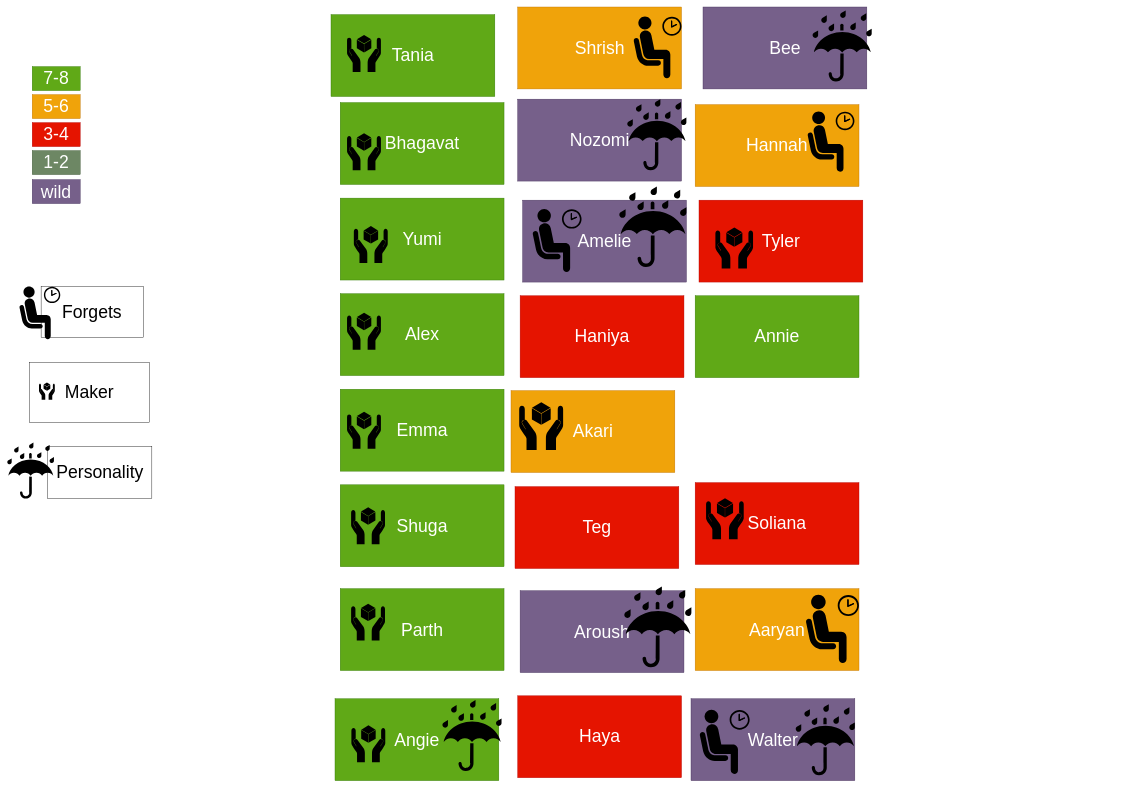
Earlier version of the draw.io diagram g9 groups.drawio (schmooza/drawIOPlans). Source tidied: cells renumbered, new cells numbered last; positions are measured from the earlier drawing's top-left corner, leaving out a move shared by most shapes. Both pictures are drawn from the tidied source at 40%, with x=0, y=0 at pixel (7, 7).
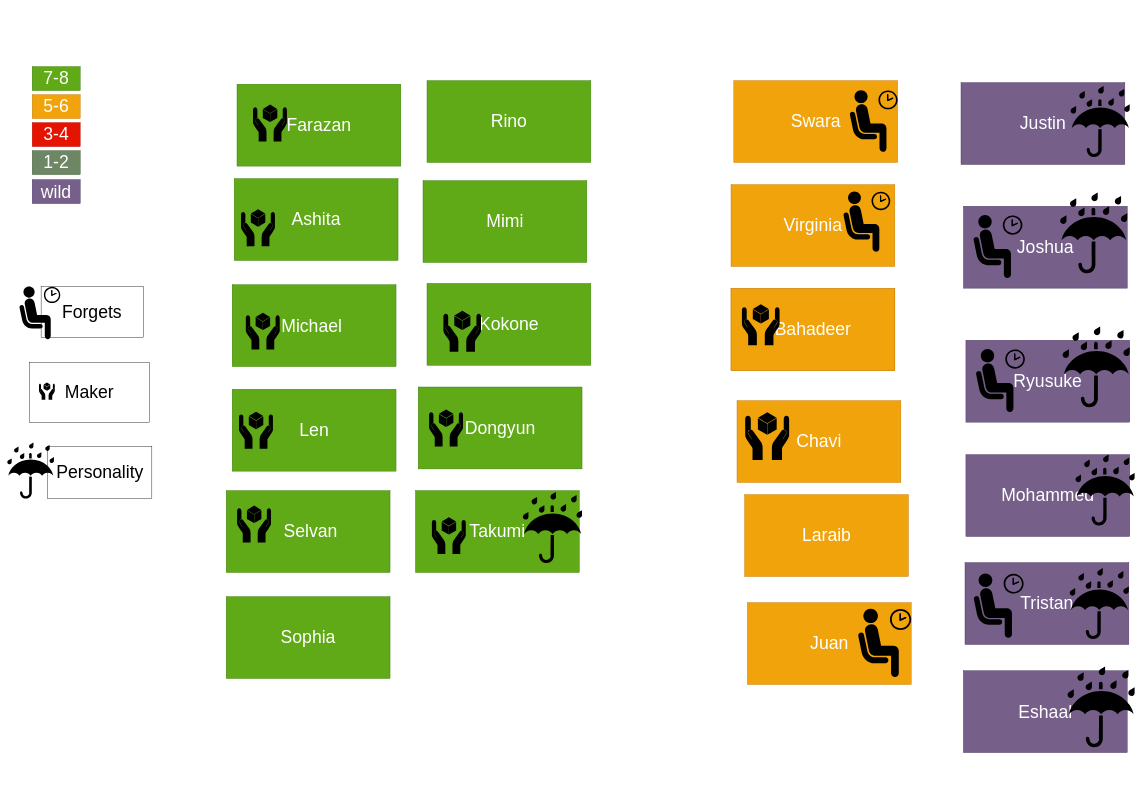
After the change.

Change to the diagram source:
```diff
@@
-    <mxCell id="16" value="Haya" style="rounded=0;whiteSpace=wrap;html=1;fillColor=#e51400;strokeColor=#B20000;fontColor=#ffffff;fontSize=44;" parent="1" vertex="1">
-      <mxGeometry x="1276.7" y="1722" width="409.6" height="204.8" as="geometry" />
+    <mxCell id="16" value="Rino" style="rounded=0;whiteSpace=wrap;html=1;fillColor=#60a917;strokeColor=#2D7600;fontColor=#ffffff;fontSize=44;" parent="1" vertex="1">
+      <mxGeometry x="1050" y="184" width="409.6" height="204.8" as="geometry" />
     </mxCell>
-    <mxCell id="17" value="Haniya" style="rounded=0;whiteSpace=wrap;html=1;fillColor=#e51400;strokeColor=#B20000;fontColor=#ffffff;fontSize=44;" parent="1" vertex="1">
-      <mxGeometry x="1282.8" y="721.8" width="409.6" height="204.8" as="geometry" />
-    </mxCell>
-    <mxCell id="18" value="Annie" style="rounded=0;whiteSpace=wrap;html=1;fillColor=#60a917;strokeColor=#2D7600;fontColor=#ffffff;fontSize=44;" parent="1" vertex="1">
-      <mxGeometry x="1720.4" y="721.8" width="409.6" height="204.8" as="geometry" />
+    <mxCell id="18" value="Mimi" style="rounded=0;whiteSpace=wrap;html=1;fillColor=#60a917;strokeColor=#2D7600;fontColor=#ffffff;fontSize=44;" parent="1" vertex="1">
+      <mxGeometry x="1040" y="434" width="409.6" height="204.8" as="geometry" />
     </mxCell>
-    <mxCell id="19" value="Teg" style="rounded=0;whiteSpace=wrap;html=1;fillColor=#e51400;strokeColor=#B20000;fontColor=#ffffff;fontSize=44;" parent="1" vertex="1">
-      <mxGeometry x="1270" y="1199" width="409.6" height="204.8" as="geometry" />
+    <mxCell id="19" value="Laraib" style="rounded=0;whiteSpace=wrap;html=1;fillColor=#f0a30a;strokeColor=#BD7000;fontColor=#ffffff;fontSize=44;" parent="1" vertex="1">
+      <mxGeometry x="1844" y="1219" width="409.6" height="204.8" as="geometry" />
     </mxCell>
     <mxCell id="20" style="group;fontSize=44;" parent="1" vertex="1">
-      <mxGeometry x="1710" y="1729.3" width="409.6" height="204.8" as="geometry" />
+      <mxGeometry x="2395" y="1389" width="409.6" height="204.8" as="geometry" />
     </mxCell>
-    <mxCell id="21" value="Walter" style="rounded=0;whiteSpace=wrap;html=1;fillColor=#76608a;strokeColor=#432D57;fontColor=#ffffff;fontSize=44;" parent="20" vertex="1">
+    <mxCell id="21" value="Tristan" style="rounded=0;whiteSpace=wrap;html=1;fillColor=#76608a;strokeColor=#432D57;fontColor=#ffffff;fontSize=44;" parent="20" vertex="1">
       <mxGeometry width="409.6" height="204.8" as="geometry" />
     </mxCell>
@@
     <mxCell id="25" style="group;fontSize=44;" parent="1" vertex="1">
-      <mxGeometry x="1276.7" y="230.4" width="421.8" height="204.8" as="geometry" />
+      <mxGeometry x="2397.3" y="1119" width="421.8" height="204.8" as="geometry" />
     </mxCell>
-    <mxCell id="26" value="Nozomi" style="rounded=0;whiteSpace=wrap;html=1;fillColor=#76608a;strokeColor=#432D57;fontColor=#ffffff;fontSize=44;" parent="25" vertex="1">
+    <mxCell id="26" value="Mohammed" style="rounded=0;whiteSpace=wrap;html=1;fillColor=#76608a;strokeColor=#432D57;fontColor=#ffffff;fontSize=44;" parent="25" vertex="1">
       <mxGeometry width="409.6" height="204.8" as="geometry" />
     </mxCell>
@@
     <mxCell id="28" style="group;fontSize=44;" parent="1" vertex="1">
-      <mxGeometry x="1740" width="421.8" height="204.8" as="geometry" />
+      <mxGeometry x="2385" y="189" width="421.8" height="204.8" as="geometry" />
     </mxCell>
-    <mxCell id="29" value="Bee" style="rounded=0;whiteSpace=wrap;html=1;fillColor=#76608a;strokeColor=#432D57;fontColor=#ffffff;fontSize=44;" parent="28" vertex="1">
+    <mxCell id="29" value="Justin" style="rounded=0;whiteSpace=wrap;html=1;fillColor=#76608a;strokeColor=#432D57;fontColor=#ffffff;fontSize=44;" parent="28" vertex="1">
       <mxGeometry width="409.6" height="204.8" as="geometry" />
     </mxCell>
@@
     <mxCell id="31" style="group;fontSize=44;" parent="1" vertex="1">
-      <mxGeometry x="1289" y="448.8" width="409.6" height="238.9" as="geometry" />
+      <mxGeometry x="2397.3" y="799" width="409.6" height="238.9" as="geometry" />
     </mxCell>
-    <mxCell id="32" value="Amelie" style="rounded=0;whiteSpace=wrap;html=1;fillColor=#76608a;strokeColor=#432D57;fontColor=#ffffff;fontSize=44;" parent="31" vertex="1">
+    <mxCell id="32" value="Ryusuke" style="rounded=0;whiteSpace=wrap;html=1;fillColor=#76608a;strokeColor=#432D57;fontColor=#ffffff;fontSize=44;" parent="31" vertex="1">
       <mxGeometry y="34.1" width="409.6" height="204.8" as="geometry" />
     </mxCell>
@@
     <mxCell id="36" style="group;fontSize=44;" parent="1" vertex="1">
-      <mxGeometry x="1282.8" y="1449" width="428.2" height="215" as="geometry" />
+      <mxGeometry x="2390.9" y="1649" width="428.2" height="215" as="geometry" />
     </mxCell>
-    <mxCell id="37" value="Aroush" style="rounded=0;whiteSpace=wrap;html=1;fillColor=#76608a;strokeColor=#432D57;fontColor=#ffffff;fontSize=44;" parent="36" vertex="1">
+    <mxCell id="37" value="Eshaal" style="rounded=0;whiteSpace=wrap;html=1;fillColor=#76608a;strokeColor=#432D57;fontColor=#ffffff;fontSize=44;" parent="36" vertex="1">
       <mxGeometry y="10.2" width="409.6" height="204.8" as="geometry" />
     </mxCell>
@@
     <mxCell id="39" style="group;fontSize=44;" parent="1" vertex="1">
-      <mxGeometry x="1720.4" y="244" width="409.6" height="204.8" as="geometry" />
+      <mxGeometry x="1810" y="444" width="409.6" height="204.8" as="geometry" />
     </mxCell>
-    <mxCell id="40" value="Hannah" style="rounded=0;whiteSpace=wrap;html=1;fillColor=#f0a30a;strokeColor=#BD7000;fontColor=#ffffff;fontSize=44;" parent="39" vertex="1">
+    <mxCell id="40" value="Virginia" style="rounded=0;whiteSpace=wrap;html=1;fillColor=#f0a30a;strokeColor=#BD7000;fontColor=#ffffff;fontSize=44;" parent="39" vertex="1">
       <mxGeometry width="409.6" height="204.8" as="geometry" />
     </mxCell>
@@
     <mxCell id="42" style="group;fontSize=44;" parent="1" vertex="1">
-      <mxGeometry x="1720.4" y="1454.1" width="409.6" height="204.8" as="geometry" />
+      <mxGeometry x="1851" y="1489" width="409.6" height="204.8" as="geometry" />
     </mxCell>
-    <mxCell id="43" value="Aaryan" style="rounded=0;whiteSpace=wrap;html=1;fillColor=#f0a30a;strokeColor=#BD7000;fontColor=#ffffff;fontSize=44;" parent="42" vertex="1">
+    <mxCell id="43" value="Juan" style="rounded=0;whiteSpace=wrap;html=1;fillColor=#f0a30a;strokeColor=#BD7000;fontColor=#ffffff;fontSize=44;" parent="42" vertex="1">
       <mxGeometry width="409.6" height="204.8" as="geometry" />
     </mxCell>
@@
     <mxCell id="45" style="group;fontSize=44;" parent="1" vertex="1">
-      <mxGeometry x="1276.7" width="409.6" height="204.8" as="geometry" />
+      <mxGeometry x="1817" y="184" width="409.6" height="204.8" as="geometry" />
     </mxCell>
-    <mxCell id="46" value="Shrish" style="rounded=0;whiteSpace=wrap;html=1;fillColor=#f0a30a;strokeColor=#BD7000;fontColor=#ffffff;fontSize=44;" parent="45" vertex="1">
+    <mxCell id="46" value="Swara" style="rounded=0;whiteSpace=wrap;html=1;fillColor=#f0a30a;strokeColor=#BD7000;fontColor=#ffffff;fontSize=44;" parent="45" vertex="1">
       <mxGeometry width="409.6" height="204.8" as="geometry" />
     </mxCell>
@@
     <mxCell id="48" style="group;fontSize=44;" parent="1" vertex="1">
-      <mxGeometry x="833" y="1454.1" width="409.6" height="204.8" as="geometry" />
+      <mxGeometry x="548" y="1209" width="409.6" height="204.8" as="geometry" />
     </mxCell>
-    <mxCell id="49" value="Parth" style="rounded=0;whiteSpace=wrap;html=1;fillColor=#60a917;strokeColor=#2D7600;fontColor=#ffffff;fontSize=44;" parent="48" vertex="1">
+    <mxCell id="49" value="&amp;nbsp;Selvan" style="rounded=0;whiteSpace=wrap;html=1;fillColor=#60a917;strokeColor=#2D7600;fontColor=#ffffff;fontSize=44;" parent="48" vertex="1">
       <mxGeometry width="409.6" height="204.8" as="geometry" />
     </mxCell>
@@
-    <mxCell id="51" style="group;fontSize=44;" parent="1" vertex="1">
-      <mxGeometry x="1720.4" y="1189" width="409.6" height="204.8" as="geometry" />
-    </mxCell>
-    <mxCell id="52" value="Soliana" style="rounded=0;whiteSpace=wrap;html=1;fillColor=#e51400;strokeColor=#B20000;fontColor=#ffffff;fontSize=44;" parent="51" vertex="1">
-      <mxGeometry width="409.6" height="204.8" as="geometry" />
-    </mxCell>
-    <mxCell id="53" style="shape=mxgraph.signs.safety.handle_with_care;html=1;fillColor=#000000;strokeColor=none;verticalLabelPosition=bottom;verticalAlign=top;align=center;fontSize=44;" parent="51" vertex="1">
-      <mxGeometry x="27.3" y="39.2" width="94.1" height="102.4" as="geometry" />
-    </mxCell>
-    <mxCell id="54" style="group;fontSize=44;" parent="1" vertex="1">
-      <mxGeometry x="1730" y="482.9" width="409.6" height="204.8" as="geometry" />
-    </mxCell>
-    <mxCell id="55" value="Tyler" style="rounded=0;whiteSpace=wrap;html=1;fillColor=#e51400;strokeColor=#B20000;fontColor=#ffffff;fontSize=44;" parent="54" vertex="1">
-      <mxGeometry width="409.6" height="204.8" as="geometry" />
-    </mxCell>
-    <mxCell id="56" style="shape=mxgraph.signs.safety.handle_with_care;html=1;fillColor=#000000;strokeColor=none;verticalLabelPosition=bottom;verticalAlign=top;align=center;fontSize=44;" parent="54" vertex="1">
-      <mxGeometry x="41" y="68.3" width="94.1" height="102.4" as="geometry" />
-    </mxCell>
     <mxCell id="57" style="group;fontSize=44;" parent="1" vertex="1">
-      <mxGeometry x="1260" y="959" width="409.6" height="204.8" as="geometry" />
+      <mxGeometry x="1825" y="984" width="409.6" height="204.8" as="geometry" />
     </mxCell>
-    <mxCell id="58" value="Akari" style="rounded=0;whiteSpace=wrap;html=1;fillColor=#f0a30a;strokeColor=#BD7000;fontColor=#ffffff;fontSize=44;" parent="57" vertex="1">
+    <mxCell id="58" value="Chavi" style="rounded=0;whiteSpace=wrap;html=1;fillColor=#f0a30a;strokeColor=#BD7000;fontColor=#ffffff;fontSize=44;" parent="57" vertex="1">
       <mxGeometry width="409.6" height="204.8" as="geometry" />
     </mxCell>
@@
     <mxCell id="60" style="group;fontSize=44;" parent="1" vertex="1">
-      <mxGeometry x="820" y="1729.3" width="416.4" height="204.8" as="geometry" />
+      <mxGeometry x="1021.2" y="1209" width="416.4" height="204.8" as="geometry" />
     </mxCell>
-    <mxCell id="61" value="Angie" style="rounded=0;whiteSpace=wrap;html=1;fillColor=#60a917;strokeColor=#2D7600;fontColor=#ffffff;fontSize=44;" parent="60" vertex="1">
+    <mxCell id="61" value="Takumi" style="rounded=0;whiteSpace=wrap;html=1;fillColor=#60a917;strokeColor=#2D7600;fontColor=#ffffff;fontSize=44;" parent="60" vertex="1">
       <mxGeometry width="409.6" height="204.8" as="geometry" />
     </mxCell>
@@
     <mxCell id="64" style="group;" parent="1" vertex="1">
-      <mxGeometry x="810" y="19" width="409.6" height="204.8" as="geometry" />
+      <mxGeometry x="575" y="193" width="409.6" height="204.8" as="geometry" />
     </mxCell>
-    <mxCell id="65" value="Tania" style="rounded=0;whiteSpace=wrap;html=1;fillColor=#60a917;strokeColor=#2D7600;fontColor=#ffffff;fontSize=44;" parent="64" vertex="1">
+    <mxCell id="65" value="Farazan" style="rounded=0;whiteSpace=wrap;html=1;fillColor=#60a917;strokeColor=#2D7600;fontColor=#ffffff;fontSize=44;" parent="64" vertex="1">
       <mxGeometry width="409.6" height="204.8" as="geometry" />
     </mxCell>
@@
     <mxCell id="67" style="group;" parent="1" vertex="1">
-      <mxGeometry x="833" y="238.9" width="409.6" height="204.8" as="geometry" />
+      <mxGeometry x="568" y="429" width="409.6" height="204.8" as="geometry" />
     </mxCell>
-    <mxCell id="68" value="Bhagavat" style="rounded=0;whiteSpace=wrap;html=1;fillColor=#60a917;strokeColor=#2D7600;fontColor=#ffffff;fontSize=44;" parent="67" vertex="1">
+    <mxCell id="68" value="Ashita" style="rounded=0;whiteSpace=wrap;html=1;fillColor=#60a917;strokeColor=#2D7600;fontColor=#ffffff;fontSize=44;" parent="67" vertex="1">
       <mxGeometry width="409.6" height="204.8" as="geometry" />
     </mxCell>
@@
     <mxCell id="70" style="group;" parent="1" vertex="1">
-      <mxGeometry x="833" y="477.8" width="409.6" height="204.8" as="geometry" />
+      <mxGeometry x="563" y="694.2" width="409.6" height="204.8" as="geometry" />
     </mxCell>
-    <mxCell id="71" value="Yumi" style="rounded=0;whiteSpace=wrap;html=1;fillColor=#60a917;strokeColor=#2D7600;fontColor=#ffffff;fontSize=44;" parent="70" vertex="1">
+    <mxCell id="71" value="Michael&amp;nbsp;" style="rounded=0;whiteSpace=wrap;html=1;fillColor=#60a917;strokeColor=#2D7600;fontColor=#ffffff;fontSize=44;" parent="70" vertex="1">
       <mxGeometry width="409.6" height="204.8" as="geometry" />
     </mxCell>
@@
-    <mxCell id="73" style="group;" parent="1" vertex="1">
-      <mxGeometry x="833" y="716.7" width="409.6" height="204.8" as="geometry" />
-    </mxCell>
-    <mxCell id="74" value="Alex" style="rounded=0;whiteSpace=wrap;html=1;fillColor=#60a917;strokeColor=#2D7600;fontColor=#ffffff;fontSize=44;" parent="73" vertex="1">
-      <mxGeometry width="409.6" height="204.8" as="geometry" />
-    </mxCell>
-    <mxCell id="75" style="shape=mxgraph.signs.safety.handle_with_care;html=1;fillColor=#000000;strokeColor=none;verticalLabelPosition=bottom;verticalAlign=top;align=center;fontSize=44;" parent="73" vertex="1">
-      <mxGeometry x="17.1" y="47.8" width="84.7" height="92.2" as="geometry" />
-    </mxCell>
     <mxCell id="76" style="group;" parent="1" vertex="1">
-      <mxGeometry x="833" y="955.6" width="409.6" height="204.8" as="geometry" />
+      <mxGeometry x="563" y="955.6" width="409.6" height="204.8" as="geometry" />
     </mxCell>
-    <mxCell id="77" value="Emma" style="rounded=0;whiteSpace=wrap;html=1;fillColor=#60a917;strokeColor=#2D7600;fontColor=#ffffff;fontSize=44;" parent="76" vertex="1">
+    <mxCell id="77" value="Len" style="rounded=0;whiteSpace=wrap;html=1;fillColor=#60a917;strokeColor=#2D7600;fontColor=#ffffff;fontSize=44;" parent="76" vertex="1">
       <mxGeometry width="409.6" height="204.8" as="geometry" />
     </mxCell>
@@
     <mxCell id="79" style="group;" parent="1" vertex="1">
-      <mxGeometry x="833" y="1194.5" width="409.6" height="204.8" as="geometry" />
+      <mxGeometry x="1028" y="950" width="409.6" height="204.8" as="geometry" />
     </mxCell>
-    <mxCell id="80" value="Shuga" style="rounded=0;whiteSpace=wrap;html=1;fillColor=#60a917;strokeColor=#2D7600;fontColor=#ffffff;fontSize=44;" parent="79" vertex="1">
+    <mxCell id="80" value="Dongyun" style="rounded=0;whiteSpace=wrap;html=1;fillColor=#60a917;strokeColor=#2D7600;fontColor=#ffffff;fontSize=44;" parent="79" vertex="1">
       <mxGeometry width="409.6" height="204.8" as="geometry" />
     </mxCell>
@@
+    <mxCell id="82" value="Sophia" style="rounded=0;whiteSpace=wrap;html=1;fillColor=#60a917;strokeColor=#2D7600;fontColor=#ffffff;fontSize=44;" parent="1" vertex="1">
+      <mxGeometry x="548" y="1474" width="409.6" height="204.8" as="geometry" />
+    </mxCell>
+    <mxCell id="83" style="group;fontSize=44;" parent="1" vertex="1">
+      <mxGeometry x="2391.1" y="464" width="409.6" height="238.9" as="geometry" />
+    </mxCell>
+    <mxCell id="84" value="Joshua" style="rounded=0;whiteSpace=wrap;html=1;fillColor=#76608a;strokeColor=#432D57;fontColor=#ffffff;fontSize=44;" parent="83" vertex="1">
+      <mxGeometry y="34.1" width="409.6" height="204.8" as="geometry" />
+    </mxCell>
+    <mxCell id="85" style="group;fontSize=44;" parent="83" vertex="1">
+      <mxGeometry x="23.9" width="385.7" height="216.7" as="geometry" />
+    </mxCell>
+    <mxCell id="86" style="shape=mxgraph.signs.safety.keep_dry;html=1;fillColor=#000000;strokeColor=none;verticalLabelPosition=bottom;verticalAlign=top;align=center;fontSize=44;" parent="85" vertex="1">
+      <mxGeometry x="216.8" width="168.8" height="201.4" as="geometry" />
+    </mxCell>
+    <mxCell id="87" style="shape=mxgraph.signs.people.waiting_room_1;html=1;fillColor=#000000;strokeColor=none;verticalLabelPosition=bottom;verticalAlign=top;align=center;fontSize=44;" parent="85" vertex="1">
+      <mxGeometry y="56.3" width="123.5" height="160.4" as="geometry" />
+    </mxCell>
+    <mxCell id="88" style="group;" parent="1" vertex="1">
+      <mxGeometry x="1050" y="691" width="409.6" height="204.8" as="geometry" />
+    </mxCell>
+    <mxCell id="55" value="Kokone" style="rounded=0;whiteSpace=wrap;html=1;fillColor=#60a917;strokeColor=#2D7600;fontColor=#ffffff;fontSize=44;" parent="88" vertex="1">
+      <mxGeometry width="409.6" height="204.8" as="geometry" />
+    </mxCell>
+    <mxCell id="56" style="shape=mxgraph.signs.safety.handle_with_care;html=1;fillColor=#000000;strokeColor=none;verticalLabelPosition=bottom;verticalAlign=top;align=center;fontSize=44;" parent="88" vertex="1">
+      <mxGeometry x="41" y="68.3" width="94.1" height="102.4" as="geometry" />
+    </mxCell>
+    <mxCell id="89" style="group;" parent="1" vertex="1">
+      <mxGeometry x="1810" y="704" width="409.6" height="204.8" as="geometry" />
+    </mxCell>
+    <mxCell id="51" style="group;fontSize=44;strokeColor=#BD7000;fontColor=#ffffff;fillColor=#F0A30A;" parent="89" vertex="1">
+      <mxGeometry width="409.6" height="204.8" as="geometry" />
+    </mxCell>
+    <mxCell id="52" value="Bahadeer" style="rounded=0;whiteSpace=wrap;html=1;fillColor=#f0a30a;strokeColor=#BD7000;fontColor=#ffffff;fontSize=44;" parent="89" vertex="1">
+      <mxGeometry width="409.6" height="204.8" as="geometry" />
+    </mxCell>
+    <mxCell id="53" style="shape=mxgraph.signs.safety.handle_with_care;html=1;fillColor=#000000;strokeColor=none;verticalLabelPosition=bottom;verticalAlign=top;align=center;fontSize=44;" parent="89" vertex="1">
+      <mxGeometry x="27.3" y="39.2" width="94.1" height="102.4" as="geometry" />
+    </mxCell>
```
